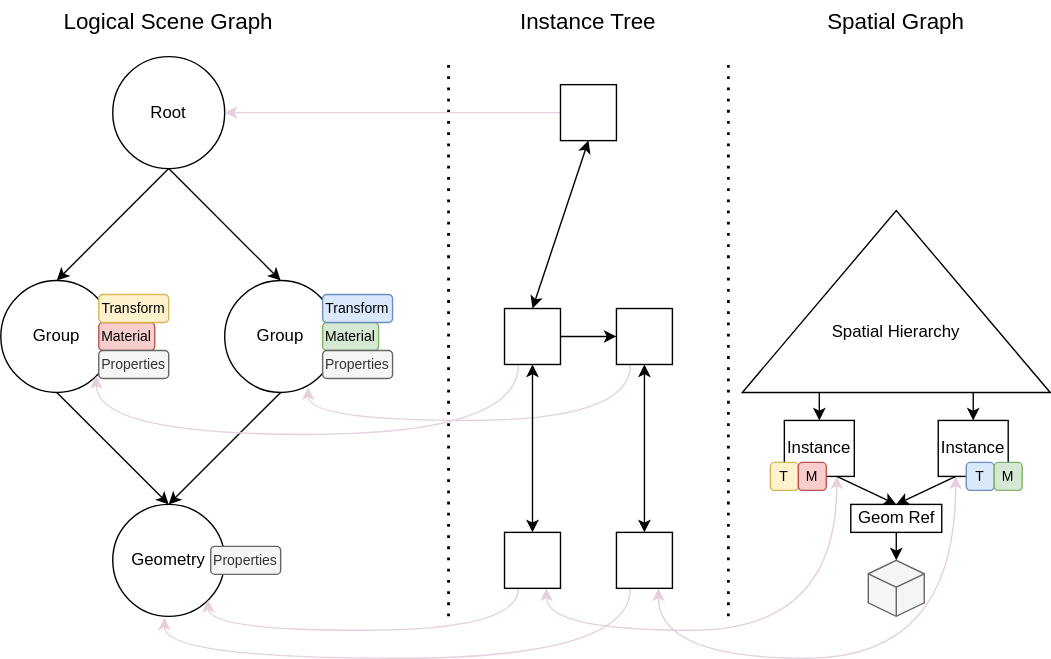
TheCandidStartup/TheCandidStartup.github.io keeps this draw.io diagram as assets/images/file-formats/navis-model-representation.svg. Above is the earlier version. Source tidied: cells renumbered, new cells last; positions are measured from the earlier drawing's top-left corner, leaving out a move shared by most shapes. The source it was exported from:
```xml
<mxGraphModel>
  <root>
    <mxCell id="0" />
    <mxCell id="1" parent="0" />
    <mxCell id="2" style="edgeStyle=none;rounded=0;jettySize=auto;html=1;exitX=0.5;exitY=1;exitDx=0;exitDy=0;entryX=0.5;entryY=0;entryDx=0;entryDy=0;" parent="1" edge="1" source="3" target="15">
      <mxGeometry relative="1" as="geometry" />
    </mxCell>
    <mxCell id="3" value="Group" style="ellipse;whiteSpace=wrap;html=1;" parent="1" vertex="1">
      <mxGeometry y="200" width="80" height="80" as="geometry" />
    </mxCell>
    <mxCell id="4" value="&lt;font style=&quot;font-size: 10px;&quot;&gt;Material&lt;/font&gt;" style="rounded=1;whiteSpace=wrap;html=1;fillColor=#f8cecc;strokeColor=#b85450;" parent="1" vertex="1">
      <mxGeometry x="70" y="230" width="40" height="20" as="geometry" />
    </mxCell>
    <mxCell id="5" value="&lt;font style=&quot;font-size: 10px;&quot;&gt;Transform&lt;/font&gt;" style="rounded=1;whiteSpace=wrap;html=1;fillColor=#fff2cc;strokeColor=#d6b656;" parent="1" vertex="1">
      <mxGeometry x="70" y="210" width="50" height="20" as="geometry" />
    </mxCell>
    <mxCell id="6" value="&lt;font style=&quot;font-size: 10px;&quot;&gt;Properties&lt;/font&gt;" style="rounded=1;whiteSpace=wrap;html=1;fillColor=#f5f5f5;strokeColor=#666666;fontColor=#333333;" parent="1" vertex="1">
      <mxGeometry x="70" y="250" width="50" height="20" as="geometry" />
    </mxCell>
    <mxCell id="7" style="edgeStyle=none;rounded=0;jettySize=auto;html=1;exitX=0.5;exitY=1;exitDx=0;exitDy=0;entryX=0.5;entryY=0;entryDx=0;entryDy=0;" parent="1" edge="1" source="8" target="15">
      <mxGeometry relative="1" as="geometry" />
    </mxCell>
    <mxCell id="8" value="Group" style="ellipse;whiteSpace=wrap;html=1;" parent="1" vertex="1">
      <mxGeometry x="160" y="200" width="80" height="80" as="geometry" />
    </mxCell>
    <mxCell id="9" value="&lt;font style=&quot;font-size: 10px;&quot;&gt;Material&lt;/font&gt;" style="rounded=1;whiteSpace=wrap;html=1;fillColor=#d5e8d4;strokeColor=#82b366;" parent="1" vertex="1">
      <mxGeometry x="230" y="230" width="40" height="20" as="geometry" />
    </mxCell>
    <mxCell id="10" value="&lt;font style=&quot;font-size: 10px;&quot;&gt;Transform&lt;/font&gt;" style="rounded=1;whiteSpace=wrap;html=1;fillColor=#dae8fc;strokeColor=#6c8ebf;" parent="1" vertex="1">
      <mxGeometry x="230" y="210" width="50" height="20" as="geometry" />
    </mxCell>
    <mxCell id="11" value="&lt;font style=&quot;font-size: 10px;&quot;&gt;Properties&lt;/font&gt;" style="rounded=1;whiteSpace=wrap;html=1;fillColor=#f5f5f5;strokeColor=#666666;fontColor=#333333;" parent="1" vertex="1">
      <mxGeometry x="230" y="250" width="50" height="20" as="geometry" />
    </mxCell>
    <mxCell id="12" style="edgeStyle=none;rounded=0;jettySize=auto;html=1;exitX=0.5;exitY=1;exitDx=0;exitDy=0;entryX=0.5;entryY=0;entryDx=0;entryDy=0;endArrow=classic;endFill=1;" parent="1" edge="1" source="14" target="3">
      <mxGeometry relative="1" as="geometry" />
    </mxCell>
    <mxCell id="13" style="edgeStyle=none;rounded=0;jettySize=auto;html=1;exitX=0.5;exitY=1;exitDx=0;exitDy=0;entryX=0.5;entryY=0;entryDx=0;entryDy=0;" parent="1" edge="1" source="14" target="8">
      <mxGeometry relative="1" as="geometry" />
    </mxCell>
    <mxCell id="14" value="Root" style="ellipse;whiteSpace=wrap;html=1;" parent="1" vertex="1">
      <mxGeometry x="80" y="40" width="80" height="80" as="geometry" />
    </mxCell>
    <mxCell id="15" value="Geometry" style="ellipse;whiteSpace=wrap;html=1;" parent="1" vertex="1">
      <mxGeometry x="80" y="360" width="80" height="80" as="geometry" />
    </mxCell>
    <mxCell id="16" value="&lt;font style=&quot;font-size: 10px;&quot;&gt;Properties&lt;/font&gt;" style="rounded=1;whiteSpace=wrap;html=1;fillColor=#f5f5f5;strokeColor=#666666;fontColor=#333333;" parent="1" vertex="1">
      <mxGeometry x="150" y="390" width="50" height="20" as="geometry" />
    </mxCell>
    <mxCell id="17" style="endArrow=none;dashed=1;html=1;dashPattern=1 3;strokeWidth=2;rounded=0;" parent="1" edge="1">
      <mxGeometry relative="1" as="geometry">
        <mxPoint x="320" y="440" as="sourcePoint" />
        <mxPoint x="320" y="40" as="targetPoint" />
      </mxGeometry>
    </mxCell>
    <mxCell id="18" style="edgeStyle=none;rounded=0;jettySize=auto;html=1;exitX=0.5;exitY=1;exitDx=0;exitDy=0;entryX=0.5;entryY=0;entryDx=0;entryDy=0;startArrow=classic;startFill=1;" parent="1" edge="1" source="20" target="30">
      <mxGeometry relative="1" as="geometry" />
    </mxCell>
    <mxCell id="19" style="edgeStyle=none;rounded=0;jettySize=auto;html=1;exitX=0;exitY=0.5;exitDx=0;exitDy=0;entryX=1;entryY=0.5;entryDx=0;entryDy=0;strokeColor=#E6D0DE;" parent="1" edge="1" source="20" target="14">
      <mxGeometry relative="1" as="geometry" />
    </mxCell>
    <mxCell id="20" style="rounded=0;whiteSpace=wrap;html=1;" parent="1" vertex="1">
      <mxGeometry x="400" y="60" width="40" height="40" as="geometry" />
    </mxCell>
    <mxCell id="21" style="edgeStyle=orthogonalEdgeStyle;rounded=0;jettySize=auto;html=1;exitX=0.25;exitY=1;exitDx=0;exitDy=0;entryX=1;entryY=1;entryDx=0;entryDy=0;curved=1;strokeColor=#E6D0DE;" parent="1" edge="1" source="23" target="15">
      <mxGeometry relative="1" as="geometry">
        <Array as="points">
          <mxPoint x="370" y="450" />
          <mxPoint x="148" y="450" />
        </Array>
      </mxGeometry>
    </mxCell>
    <mxCell id="22" style="edgeStyle=orthogonalEdgeStyle;rounded=0;jettySize=auto;html=1;exitX=0.75;exitY=1;exitDx=0;exitDy=0;entryX=0.75;entryY=1;entryDx=0;entryDy=0;curved=1;startArrow=classic;startFill=1;strokeColor=#E6D0DE;" parent="1" edge="1" source="23" target="39">
      <mxGeometry relative="1" as="geometry">
        <Array as="points">
          <mxPoint x="390" y="450" />
          <mxPoint x="597" y="450" />
        </Array>
      </mxGeometry>
    </mxCell>
    <mxCell id="23" style="rounded=0;whiteSpace=wrap;html=1;" parent="1" vertex="1">
      <mxGeometry x="360" y="380" width="40" height="40" as="geometry" />
    </mxCell>
    <mxCell id="24" style="edgeStyle=none;rounded=0;jettySize=auto;html=1;exitX=0.5;exitY=1;exitDx=0;exitDy=0;entryX=0.5;entryY=0;entryDx=0;entryDy=0;startArrow=classic;startFill=1;" parent="1" edge="1" source="26" target="33">
      <mxGeometry relative="1" as="geometry" />
    </mxCell>
    <mxCell id="25" style="edgeStyle=orthogonalEdgeStyle;rounded=0;jettySize=auto;html=1;exitX=0.25;exitY=1;exitDx=0;exitDy=0;entryX=0.746;entryY=0.954;entryDx=0;entryDy=0;entryPerimeter=0;curved=1;strokeColor=#E6D0DE;" parent="1" edge="1" source="26" target="8">
      <mxGeometry relative="1" as="geometry">
        <Array as="points">
          <mxPoint x="450" y="300" />
          <mxPoint x="220" y="300" />
        </Array>
      </mxGeometry>
    </mxCell>
    <mxCell id="26" style="rounded=0;whiteSpace=wrap;html=1;" parent="1" vertex="1">
      <mxGeometry x="440" y="220" width="40" height="40" as="geometry" />
    </mxCell>
    <mxCell id="27" style="edgeStyle=none;rounded=0;jettySize=auto;html=1;exitX=0.5;exitY=1;exitDx=0;exitDy=0;entryX=0.5;entryY=0;entryDx=0;entryDy=0;startArrow=classic;startFill=1;" parent="1" edge="1" source="30" target="23">
      <mxGeometry relative="1" as="geometry" />
    </mxCell>
    <mxCell id="28" style="edgeStyle=orthogonalEdgeStyle;rounded=0;jettySize=auto;html=1;exitX=0.25;exitY=1;exitDx=0;exitDy=0;entryX=1;entryY=1;entryDx=0;entryDy=0;curved=1;strokeColor=#E6D0DE;" parent="1" edge="1" source="30" target="3">
      <mxGeometry relative="1" as="geometry">
        <Array as="points">
          <mxPoint x="370" y="310" />
          <mxPoint x="68" y="310" />
        </Array>
      </mxGeometry>
    </mxCell>
    <mxCell id="29" style="edgeStyle=none;rounded=0;jettySize=auto;html=1;exitX=1;exitY=0.5;exitDx=0;exitDy=0;entryX=0;entryY=0.5;entryDx=0;entryDy=0;" parent="1" edge="1" source="30" target="26">
      <mxGeometry relative="1" as="geometry" />
    </mxCell>
    <mxCell id="30" style="rounded=0;whiteSpace=wrap;html=1;" parent="1" vertex="1">
      <mxGeometry x="360" y="220" width="40" height="40" as="geometry" />
    </mxCell>
    <mxCell id="31" style="edgeStyle=orthogonalEdgeStyle;rounded=0;jettySize=auto;html=1;exitX=0.25;exitY=1;exitDx=0;exitDy=0;entryX=0.461;entryY=1.011;entryDx=0;entryDy=0;entryPerimeter=0;curved=1;strokeColor=#E6D0DE;" parent="1" edge="1" source="33" target="15">
      <mxGeometry relative="1" as="geometry">
        <Array as="points">
          <mxPoint x="450" y="470" />
          <mxPoint x="117" y="470" />
        </Array>
      </mxGeometry>
    </mxCell>
    <mxCell id="32" style="edgeStyle=orthogonalEdgeStyle;rounded=0;jettySize=auto;html=1;exitX=0.75;exitY=1;exitDx=0;exitDy=0;entryX=0.25;entryY=1;entryDx=0;entryDy=0;curved=1;startArrow=classic;startFill=1;strokeColor=#E6D0DE;" parent="1" edge="1" source="33" target="41">
      <mxGeometry relative="1" as="geometry">
        <Array as="points">
          <mxPoint x="470" y="470" />
          <mxPoint x="683" y="470" />
        </Array>
      </mxGeometry>
    </mxCell>
    <mxCell id="33" style="rounded=0;whiteSpace=wrap;html=1;" parent="1" vertex="1">
      <mxGeometry x="440" y="380" width="40" height="40" as="geometry" />
    </mxCell>
    <mxCell id="34" style="endArrow=none;dashed=1;html=1;dashPattern=1 3;strokeWidth=2;rounded=0;" parent="1" edge="1">
      <mxGeometry relative="1" as="geometry">
        <mxPoint x="520" y="440" as="sourcePoint" />
        <mxPoint x="520" y="40" as="targetPoint" />
      </mxGeometry>
    </mxCell>
    <mxCell id="35" style="edgeStyle=none;rounded=0;jettySize=auto;html=1;exitX=0;exitY=0.25;exitDx=0;exitDy=0;entryX=0.5;entryY=0;entryDx=0;entryDy=0;" parent="1" edge="1" source="37" target="39">
      <mxGeometry relative="1" as="geometry" />
    </mxCell>
    <mxCell id="36" style="edgeStyle=none;rounded=0;jettySize=auto;html=1;exitX=0;exitY=0.75;exitDx=0;exitDy=0;entryX=0.5;entryY=0;entryDx=0;entryDy=0;" parent="1" edge="1" source="37" target="41">
      <mxGeometry relative="1" as="geometry" />
    </mxCell>
    <mxCell id="37" value="&lt;br&gt;&lt;br&gt;&lt;br&gt;Spatial Hierarchy" style="triangle;whiteSpace=wrap;html=1;direction=north;" parent="1" vertex="1">
      <mxGeometry x="530" y="150" width="220" height="130" as="geometry" />
    </mxCell>
    <mxCell id="38" style="edgeStyle=none;rounded=0;jettySize=auto;html=1;exitX=0.75;exitY=1;exitDx=0;exitDy=0;entryX=0.5;entryY=0;entryDx=0;entryDy=0;" parent="1" edge="1" source="39" target="44">
      <mxGeometry relative="1" as="geometry" />
    </mxCell>
    <mxCell id="39" value="Instance" style="rounded=0;whiteSpace=wrap;html=1;" parent="1" vertex="1">
      <mxGeometry x="560" y="300" width="50" height="40" as="geometry" />
    </mxCell>
    <mxCell id="40" style="edgeStyle=none;rounded=0;jettySize=auto;html=1;exitX=0.25;exitY=1;exitDx=0;exitDy=0;entryX=0.5;entryY=0;entryDx=0;entryDy=0;" parent="1" edge="1" source="41" target="44">
      <mxGeometry relative="1" as="geometry" />
    </mxCell>
    <mxCell id="41" value="Instance" style="rounded=0;whiteSpace=wrap;html=1;" parent="1" vertex="1">
      <mxGeometry x="670" y="300" width="50" height="40" as="geometry" />
    </mxCell>
    <mxCell id="42" style="html=1;whiteSpace=wrap;shape=isoCube2;backgroundOutline=1;isoAngle=15;fillColor=#f5f5f5;fontColor=#333333;strokeColor=#666666;" parent="1" vertex="1">
      <mxGeometry x="620" y="400" width="40" height="40" as="geometry" />
    </mxCell>
    <mxCell id="43" style="edgeStyle=none;rounded=0;jettySize=auto;html=1;exitX=0.5;exitY=1;exitDx=0;exitDy=0;entryX=0.5;entryY=0;entryDx=0;entryDy=0;entryPerimeter=0;" parent="1" edge="1" source="44" target="42">
      <mxGeometry relative="1" as="geometry" />
    </mxCell>
    <mxCell id="44" value="Geom Ref" style="rounded=0;whiteSpace=wrap;html=1;" parent="1" vertex="1">
      <mxGeometry x="607.5" y="360" width="65" height="20" as="geometry" />
    </mxCell>
    <mxCell id="45" value="&lt;font style=&quot;font-size: 10px;&quot;&gt;T&lt;/font&gt;" style="rounded=1;whiteSpace=wrap;html=1;fillColor=#fff2cc;strokeColor=#d6b656;" parent="1" vertex="1">
      <mxGeometry x="550" y="330" width="20" height="20" as="geometry" />
    </mxCell>
    <mxCell id="46" value="&lt;font style=&quot;font-size: 10px;&quot;&gt;M&lt;/font&gt;" style="rounded=1;whiteSpace=wrap;html=1;fillColor=#f8cecc;strokeColor=#b85450;" parent="1" vertex="1">
      <mxGeometry x="570" y="330" width="20" height="20" as="geometry" />
    </mxCell>
    <mxCell id="47" value="&lt;font style=&quot;font-size: 10px;&quot;&gt;T&lt;/font&gt;" style="rounded=1;whiteSpace=wrap;html=1;fillColor=#dae8fc;strokeColor=#6c8ebf;" parent="1" vertex="1">
      <mxGeometry x="690" y="330" width="20" height="20" as="geometry" />
    </mxCell>
    <mxCell id="48" value="&lt;font style=&quot;font-size: 10px;&quot;&gt;M&lt;/font&gt;" style="rounded=1;whiteSpace=wrap;html=1;fillColor=#d5e8d4;strokeColor=#82b366;" parent="1" vertex="1">
      <mxGeometry x="710" y="330" width="20" height="20" as="geometry" />
    </mxCell>
    <mxCell id="49" value="&lt;font style=&quot;font-size: 16px;&quot;&gt;Logical Scene Graph&lt;/font&gt;" style="text;html=1;strokeColor=none;fillColor=none;align=center;verticalAlign=middle;whiteSpace=wrap;rounded=0;" parent="1" vertex="1">
      <mxGeometry x="35" width="170" height="30" as="geometry" />
    </mxCell>
    <mxCell id="50" value="&lt;font style=&quot;font-size: 16px;&quot;&gt;Instance Tree&lt;/font&gt;" style="text;html=1;strokeColor=none;fillColor=none;align=center;verticalAlign=middle;whiteSpace=wrap;rounded=0;" parent="1" vertex="1">
      <mxGeometry x="335" width="170" height="30" as="geometry" />
    </mxCell>
    <mxCell id="51" value="&lt;font style=&quot;font-size: 16px;&quot;&gt;Spatial Graph&lt;/font&gt;" style="text;html=1;strokeColor=none;fillColor=none;align=center;verticalAlign=middle;whiteSpace=wrap;rounded=0;" parent="1" vertex="1">
      <mxGeometry x="555" width="170" height="30" as="geometry" />
    </mxCell>
  </root>
</mxGraphModel>
```
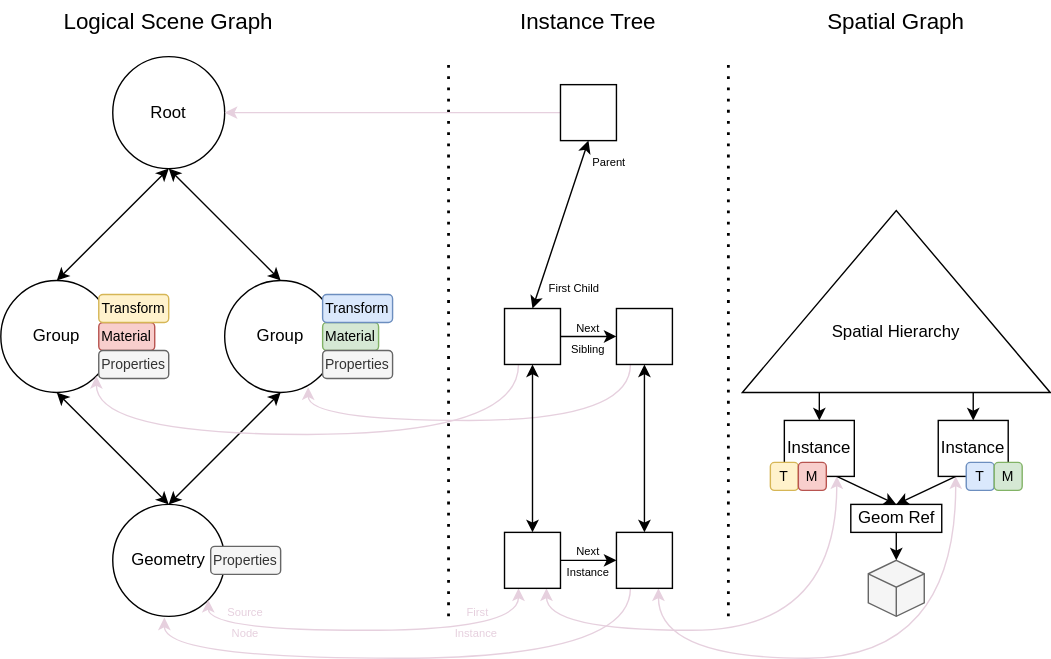
Above is the later version.

Change to the diagram source:
```diff
@@ -2,7 +2,7 @@
   <root>
     <mxCell id="0" />
     <mxCell id="1" parent="0" />
-    <mxCell id="2" style="edgeStyle=none;rounded=0;jettySize=auto;html=1;exitX=0.5;exitY=1;exitDx=0;exitDy=0;entryX=0.5;entryY=0;entryDx=0;entryDy=0;" parent="1" edge="1" source="3" target="15">
+    <mxCell id="2" style="edgeStyle=none;rounded=0;jettySize=auto;html=1;exitX=0.5;exitY=1;exitDx=0;exitDy=0;entryX=0.5;entryY=0;entryDx=0;entryDy=0;startArrow=classic;startFill=1;" parent="1" edge="1" source="3" target="15">
       <mxGeometry relative="1" as="geometry" />
     </mxCell>
     <mxCell id="3" value="Group" style="ellipse;whiteSpace=wrap;html=1;" parent="1" vertex="1">
@@ -17,7 +17,7 @@
     <mxCell id="6" value="&lt;font style=&quot;font-size: 10px;&quot;&gt;Properties&lt;/font&gt;" style="rounded=1;whiteSpace=wrap;html=1;fillColor=#f5f5f5;strokeColor=#666666;fontColor=#333333;" parent="1" vertex="1">
       <mxGeometry x="70" y="250" width="50" height="20" as="geometry" />
     </mxCell>
-    <mxCell id="7" style="edgeStyle=none;rounded=0;jettySize=auto;html=1;exitX=0.5;exitY=1;exitDx=0;exitDy=0;entryX=0.5;entryY=0;entryDx=0;entryDy=0;" parent="1" edge="1" source="8" target="15">
+    <mxCell id="7" style="edgeStyle=none;rounded=0;jettySize=auto;html=1;exitX=0.5;exitY=1;exitDx=0;exitDy=0;entryX=0.5;entryY=0;entryDx=0;entryDy=0;startArrow=classic;startFill=1;" parent="1" edge="1" source="8" target="15">
       <mxGeometry relative="1" as="geometry" />
     </mxCell>
     <mxCell id="8" value="Group" style="ellipse;whiteSpace=wrap;html=1;" parent="1" vertex="1">
@@ -32,10 +32,10 @@
     <mxCell id="11" value="&lt;font style=&quot;font-size: 10px;&quot;&gt;Properties&lt;/font&gt;" style="rounded=1;whiteSpace=wrap;html=1;fillColor=#f5f5f5;strokeColor=#666666;fontColor=#333333;" parent="1" vertex="1">
       <mxGeometry x="230" y="250" width="50" height="20" as="geometry" />
     </mxCell>
-    <mxCell id="12" style="edgeStyle=none;rounded=0;jettySize=auto;html=1;exitX=0.5;exitY=1;exitDx=0;exitDy=0;entryX=0.5;entryY=0;entryDx=0;entryDy=0;endArrow=classic;endFill=1;" parent="1" edge="1" source="14" target="3">
+    <mxCell id="12" style="edgeStyle=none;rounded=0;jettySize=auto;html=1;exitX=0.5;exitY=1;exitDx=0;exitDy=0;entryX=0.5;entryY=0;entryDx=0;entryDy=0;endArrow=classic;endFill=1;startArrow=classic;startFill=1;" parent="1" edge="1" source="14" target="3">
       <mxGeometry relative="1" as="geometry" />
     </mxCell>
-    <mxCell id="13" style="edgeStyle=none;rounded=0;jettySize=auto;html=1;exitX=0.5;exitY=1;exitDx=0;exitDy=0;entryX=0.5;entryY=0;entryDx=0;entryDy=0;" parent="1" edge="1" source="14" target="8">
+    <mxCell id="13" style="edgeStyle=none;rounded=0;jettySize=auto;html=1;exitX=0.5;exitY=1;exitDx=0;exitDy=0;entryX=0.5;entryY=0;entryDx=0;entryDy=0;startArrow=classic;startFill=1;" parent="1" edge="1" source="14" target="8">
       <mxGeometry relative="1" as="geometry" />
     </mxCell>
     <mxCell id="14" value="Root" style="ellipse;whiteSpace=wrap;html=1;" parent="1" vertex="1">
@@ -62,7 +62,7 @@
     <mxCell id="20" style="rounded=0;whiteSpace=wrap;html=1;" parent="1" vertex="1">
       <mxGeometry x="400" y="60" width="40" height="40" as="geometry" />
     </mxCell>
-    <mxCell id="21" style="edgeStyle=orthogonalEdgeStyle;rounded=0;jettySize=auto;html=1;exitX=0.25;exitY=1;exitDx=0;exitDy=0;entryX=1;entryY=1;entryDx=0;entryDy=0;curved=1;strokeColor=#E6D0DE;" parent="1" edge="1" source="23" target="15">
+    <mxCell id="21" style="edgeStyle=orthogonalEdgeStyle;rounded=0;jettySize=auto;html=1;exitX=0.25;exitY=1;exitDx=0;exitDy=0;entryX=1;entryY=1;entryDx=0;entryDy=0;curved=1;strokeColor=#E6D0DE;startArrow=classic;startFill=1;" parent="1" edge="1" source="23" target="15">
       <mxGeometry relative="1" as="geometry">
         <Array as="points">
           <mxPoint x="370" y="450" />
@@ -78,6 +78,9 @@
         </Array>
       </mxGeometry>
     </mxCell>
+    <mxCell id="52" style="edgeStyle=orthogonalEdgeStyle;rounded=0;jettySize=auto;html=1;exitX=1;exitY=0.5;exitDx=0;exitDy=0;entryX=0;entryY=0.5;entryDx=0;entryDy=0;" parent="1" edge="1" source="23" target="33">
+      <mxGeometry relative="1" as="geometry" />
+    </mxCell>
     <mxCell id="23" style="rounded=0;whiteSpace=wrap;html=1;" parent="1" vertex="1">
       <mxGeometry x="360" y="380" width="40" height="40" as="geometry" />
     </mxCell>
@@ -188,5 +191,23 @@
     <mxCell id="51" value="&lt;font style=&quot;font-size: 16px;&quot;&gt;Spatial Graph&lt;/font&gt;" style="text;html=1;strokeColor=none;fillColor=none;align=center;verticalAlign=middle;whiteSpace=wrap;rounded=0;" parent="1" vertex="1">
       <mxGeometry x="555" width="170" height="30" as="geometry" />
     </mxCell>
+    <mxCell id="53" value="&lt;font style=&quot;font-size: 8px;&quot;&gt;Next&lt;br&gt;Sibling&lt;br&gt;&lt;/font&gt;" style="text;html=1;strokeColor=none;fillColor=none;align=center;verticalAlign=middle;whiteSpace=wrap;rounded=0;" parent="1" vertex="1">
+      <mxGeometry x="400" y="220" width="40" height="40" as="geometry" />
+    </mxCell>
+    <mxCell id="54" value="&lt;span style=&quot;font-size: 8px;&quot;&gt;Next&lt;br&gt;Instance&lt;br&gt;&lt;/span&gt;" style="text;html=1;strokeColor=none;fillColor=none;align=center;verticalAlign=middle;whiteSpace=wrap;rounded=0;" parent="1" vertex="1">
+      <mxGeometry x="400" y="385" width="40" height="30" as="geometry" />
+    </mxCell>
+    <mxCell id="55" value="&lt;font style=&quot;font-size: 8px;&quot;&gt;Parent&lt;/font&gt;" style="text;html=1;strokeColor=none;fillColor=none;align=center;verticalAlign=middle;whiteSpace=wrap;rounded=0;" parent="1" vertex="1">
+      <mxGeometry x="420" y="110" width="30" height="10" as="geometry" />
+    </mxCell>
+    <mxCell id="56" value="&lt;font style=&quot;font-size: 8px;&quot;&gt;First Child&lt;/font&gt;" style="text;html=1;strokeColor=none;fillColor=none;align=center;verticalAlign=middle;whiteSpace=wrap;rounded=0;" parent="1" vertex="1">
+      <mxGeometry x="390" y="200" width="40" height="10" as="geometry" />
+    </mxCell>
+    <mxCell id="57" value="&lt;span style=&quot;font-size: 8px;&quot;&gt;&amp;nbsp;First Instance&lt;br&gt;&lt;/span&gt;" style="text;html=1;strokeColor=none;fillColor=none;align=center;verticalAlign=middle;whiteSpace=wrap;rounded=0;fontColor=#E6D0DE;" parent="1" vertex="1">
+      <mxGeometry x="320" y="430" width="40" height="25" as="geometry" />
+    </mxCell>
+    <mxCell id="58" value="&lt;span style=&quot;font-size: 8px;&quot;&gt;Source&lt;br&gt;Node&lt;br&gt;&lt;/span&gt;" style="text;html=1;strokeColor=none;fillColor=none;align=center;verticalAlign=middle;whiteSpace=wrap;rounded=0;fontColor=#E6D0DE;" parent="1" vertex="1">
+      <mxGeometry x="155" y="430" width="40" height="25" as="geometry" />
+    </mxCell>
   </root>
 </mxGraphModel>
```
